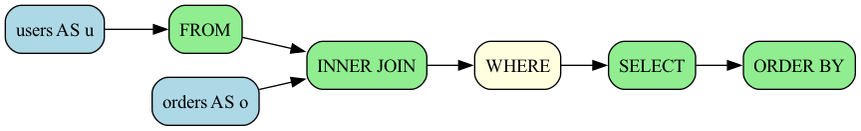
rot1024/sqloflow keeps this Graphviz diagram as examples/join_operation.png. Above is the earlier version. Its source is kept beside it as examples/join_operation.dot.
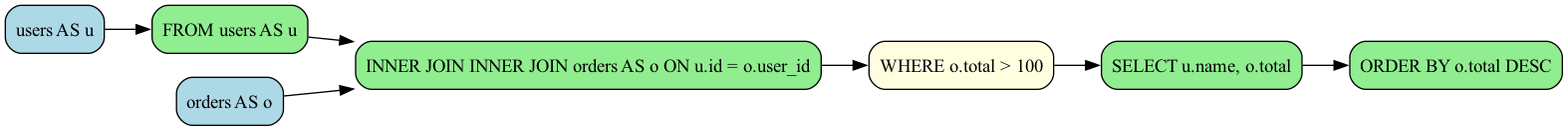
After the change.

Diff of the diagram source:
```diff
@@ -4,11 +4,11 @@
 
   node_0 [label="users AS u", fillcolor=lightblue, style="filled,rounded"];
   node_2 [label="orders AS o", fillcolor=lightblue, style="filled,rounded"];
-  node_1 [label="FROM", fillcolor=lightgreen, style="filled,rounded"];
-  node_3 [label="INNER JOIN", fillcolor=lightgreen, style="filled,rounded"];
-  node_5 [label="SELECT", fillcolor=lightgreen, style="filled,rounded"];
-  node_6 [label="ORDER BY", fillcolor=lightgreen, style="filled,rounded"];
-  node_4 [label="WHERE", fillcolor=lightyellow, style="filled,rounded"];
+  node_1 [label="FROM users AS u", fillcolor=lightgreen, style="filled,rounded"];
+  node_3 [label="INNER JOIN INNER JOIN orders AS o ON u.id = o.user_id", fillcolor=lightgreen, style="filled,rounded"];
+  node_5 [label="SELECT u.name, o.total", fillcolor=lightgreen, style="filled,rounded"];
+  node_6 [label="ORDER BY o.total DESC", fillcolor=lightgreen, style="filled,rounded"];
+  node_4 [label="WHERE o.total > 100", fillcolor=lightyellow, style="filled,rounded"];
 
   node_0 -> node_1 [color=black];
   node_1 -> node_3 [color=black];
```
